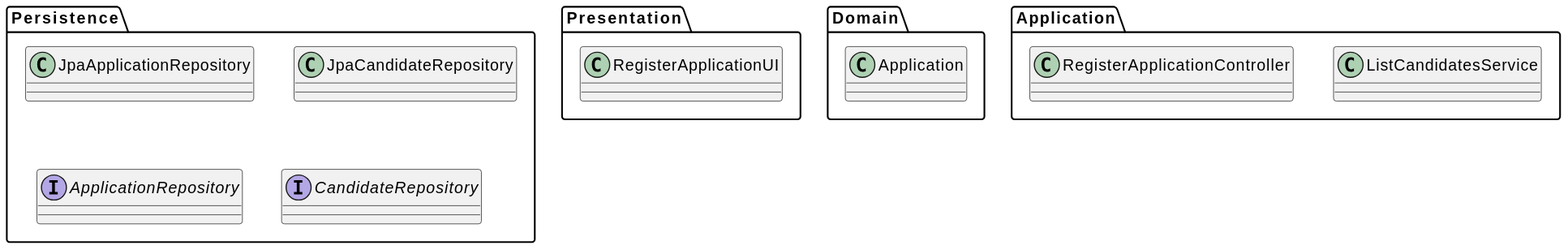
Above: docs/Sprint B/us_2002/class-diagram-01.svg in Goncalves2525/Jobs4U-Talent-Acquisition-Management-System (PlantUML), before the change.
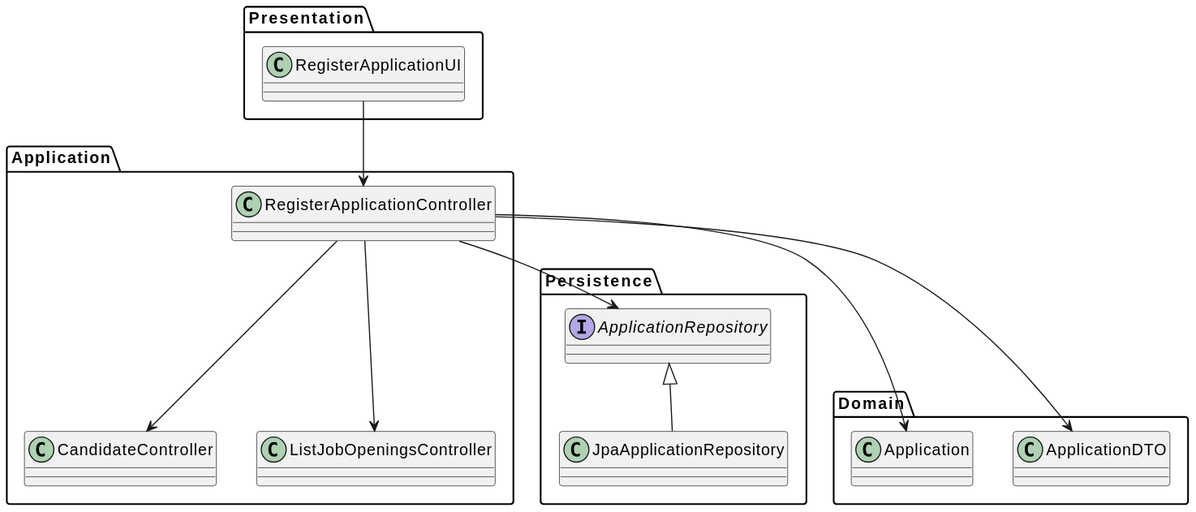
After the commit.

Commit message:
Amended documentations and auxiliary items (images, diagrams and tests) for US 2002 #23

Change to the diagram source:
```diff
@@ -9,15 +9,20 @@
 
 package Persistence {
     class JpaApplicationRepository
-    class JpaCandidateRepository
     interface ApplicationRepository
-    interface CandidateRepository
 }
 
 package Application {
     class RegisterApplicationController
-    class ListCandidatesService
+    class CandidateController
+    class ListJobOpeningsController
 }
 
-
+Presentation.RegisterApplicationUI --> Application.RegisterApplicationController
+Application.RegisterApplicationController --> Persistence.ApplicationRepository
+Persistence.ApplicationRepository <|-- Persistence.JpaApplicationRepository
+Application.RegisterApplicationController ---> Domain.Application
+Application.RegisterApplicationController ---> Domain.ApplicationDTO
+Application.RegisterApplicationController ---> Application.CandidateController
+Application.RegisterApplicationController ---> Application.ListJobOpeningsController
 @enduml
```
